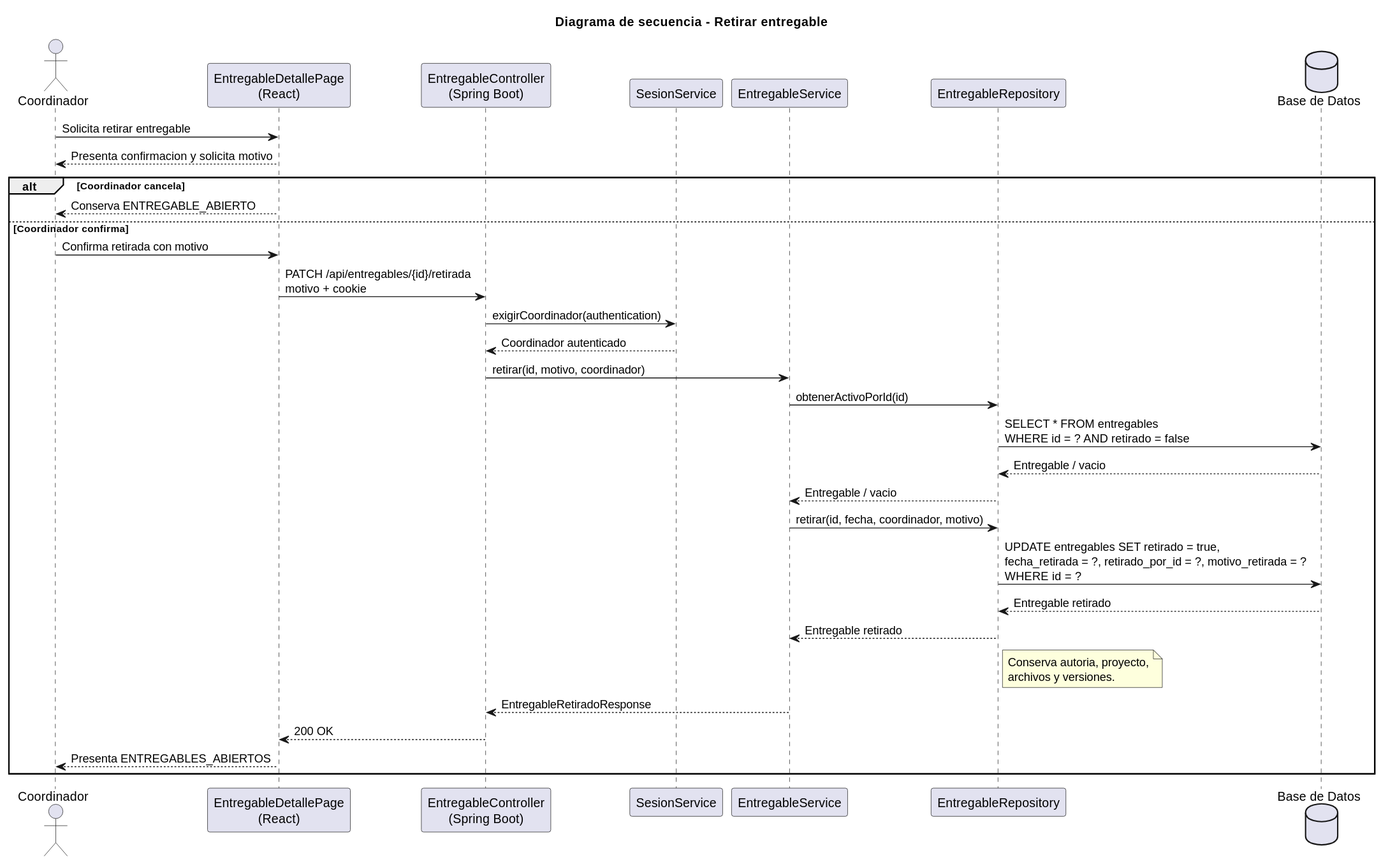
Before: images/RUP/02-diseño/casos-uso/coordinador/eliminarEntregable/secuencia.svg, a diagram exported from PlantUML (beatriizorozco/25-26-idsw2-sdVC).
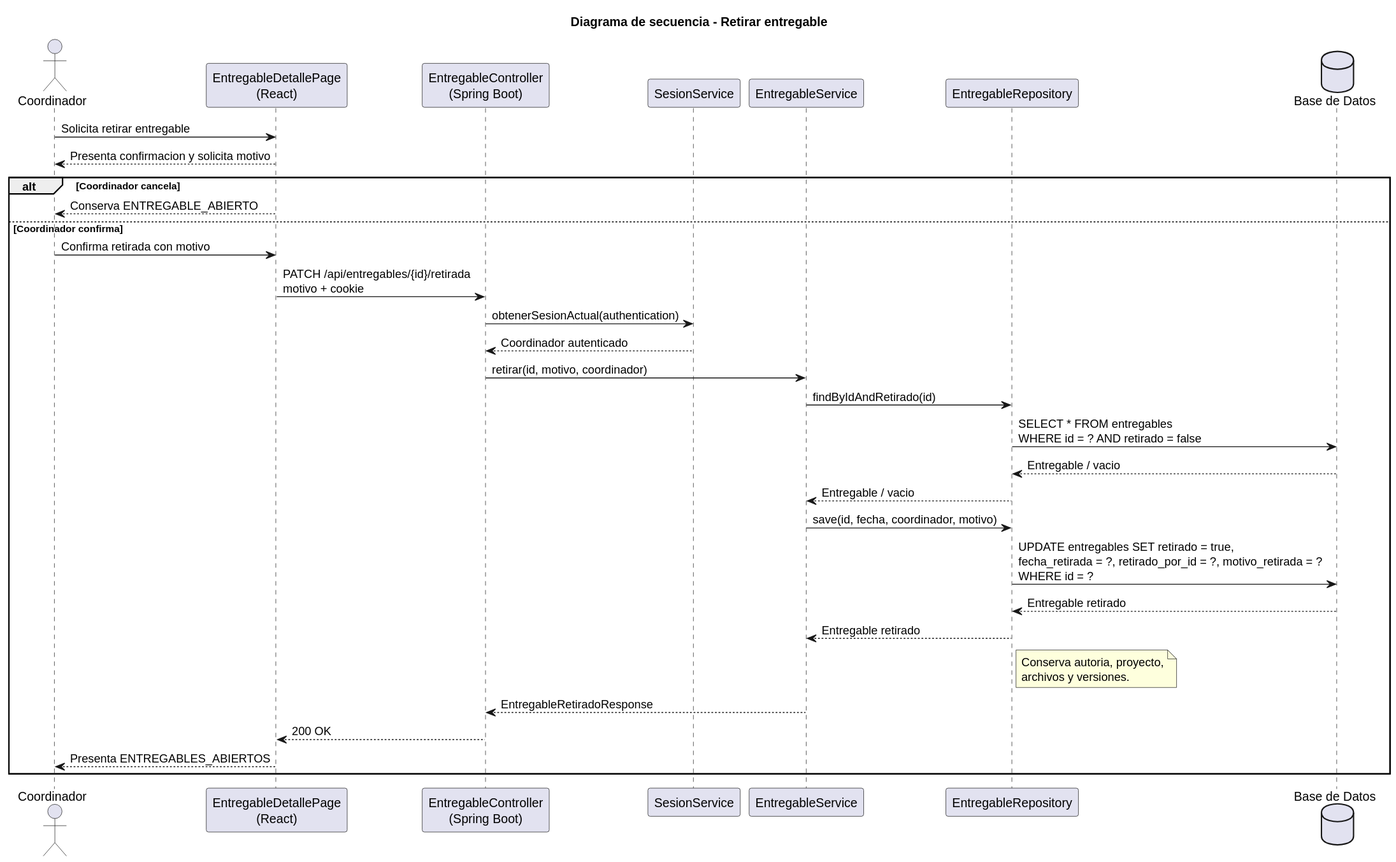
The same file after the commit.

Change to the diagram source:
```diff
@@ -15,14 +15,14 @@
 else Coordinador confirma
   Coordinador -> Frontend: Confirma retirada con motivo
   Frontend -> Api: PATCH /api/entregables/{id}/retirada\nmotivo + cookie
-  Api -> Sesion: exigirCoordinador(authentication)
+  Api -> Sesion: obtenerSesionActual(authentication)
   Sesion --> Api: Coordinador autenticado
   Api -> Service: retirar(id, motivo, coordinador)
-  Service -> Repo: obtenerActivoPorId(id)
+  Service -> Repo: findByIdAndRetirado(id)
   Repo -> DB: SELECT * FROM entregables\nWHERE id = ? AND retirado = false
   DB --> Repo: Entregable / vacio
   Repo --> Service: Entregable / vacio
-  Service -> Repo: retirar(id, fecha, coordinador, motivo)
+  Service -> Repo: save(id, fecha, coordinador, motivo)
   Repo -> DB: UPDATE entregables SET retirado = true,\nfecha_retirada = ?, retirado_por_id = ?, motivo_retirada = ?\nWHERE id = ?
   DB --> Repo: Entregable retirado
   Repo --> Service: Entregable retirado
```
